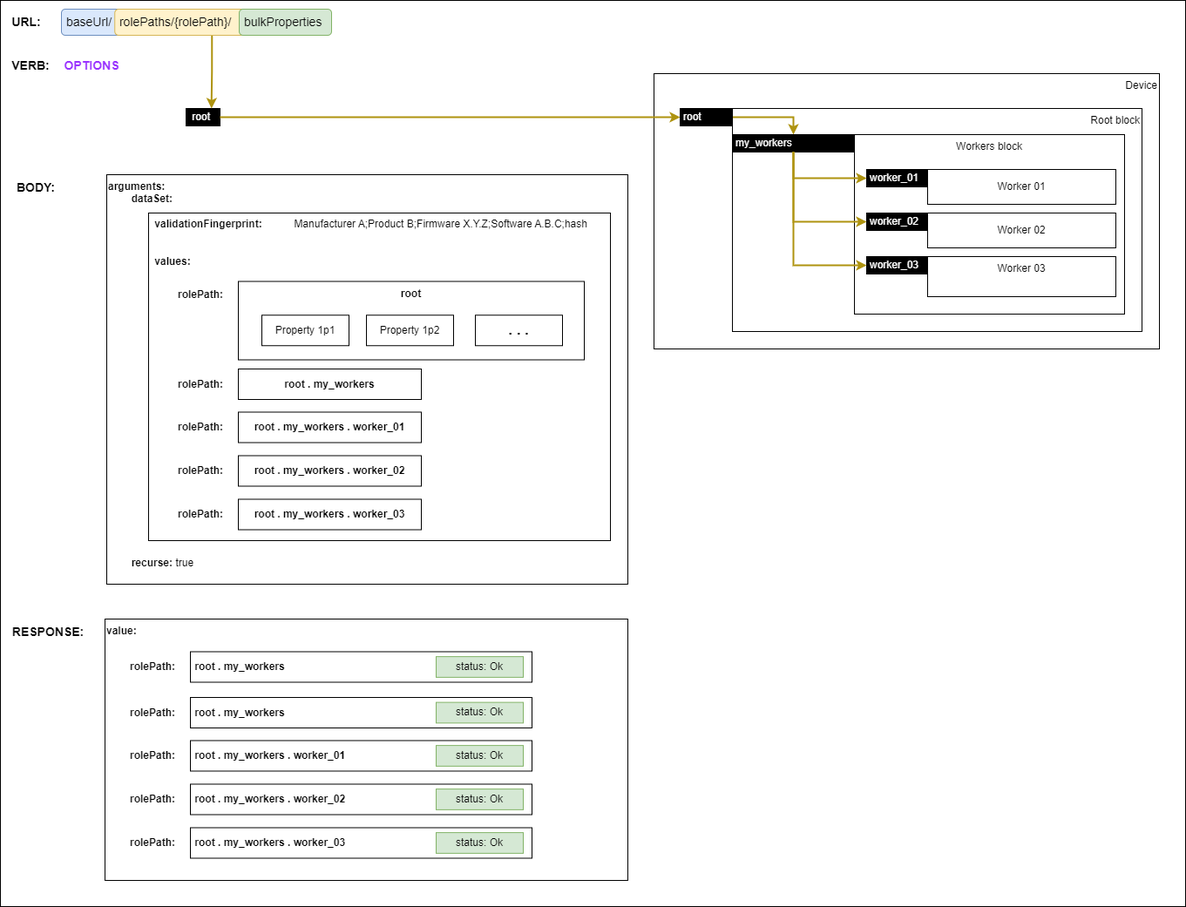
Before: docs/images/validating-full-backup.png, a diagram exported from draw.io (AMWA-TV/is-device-configuration). Source tidied: cells renumbered, new cells last; positions are measured from the earlier drawing's top-left corner, leaving out a move shared by most shapes.
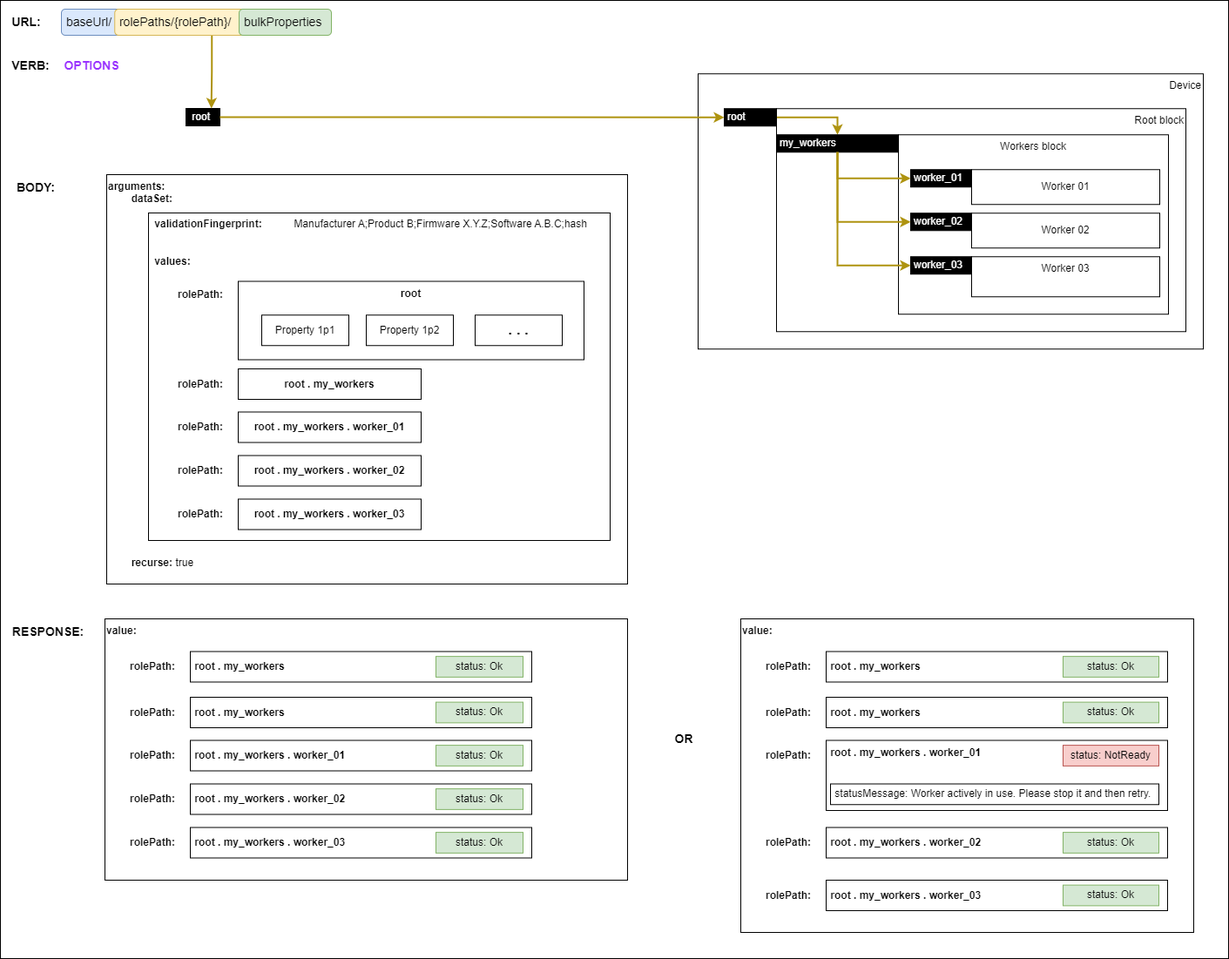
After the change.

Commit message:
Update Backup & Restore

- better response examples in diagrams
- definition for software version

Diff of the diagram source:
```diff
@@ -3,7 +3,7 @@
     <mxCell id="0" />
     <mxCell id="1" parent="0" />
     <mxCell id="2" style="rounded=0;whiteSpace=wrap;html=1;" parent="1" vertex="1">
-      <mxGeometry width="1360" height="1040" as="geometry" />
+      <mxGeometry width="1410" height="1100" as="geometry" />
     </mxCell>
     <mxCell id="3" value="&lt;div&gt;&lt;b&gt;arguments:&lt;/b&gt;&lt;/div&gt;&lt;div&gt;&lt;b&gt;&lt;span style=&quot;white-space: pre;&quot;&gt;&#9;&lt;/span&gt;dataSet:&lt;br&gt;&lt;/b&gt;&lt;/div&gt;&lt;div&gt;&lt;br&gt;&lt;/div&gt;&lt;div&gt;&lt;b&gt;&lt;span style=&quot;white-space: pre;&quot;&gt;&lt;span style=&quot;white-space: pre;&quot;&gt;&#9;&lt;/span&gt;&#9;&lt;/span&gt;validationFingerprint:&lt;/b&gt; &lt;span style=&quot;white-space: pre;&quot;&gt;&#9;&lt;/span&gt;&lt;span style=&quot;white-space: pre;&quot;&gt;&#9;&lt;/span&gt;Manufacturer A;Product B;Firmware X.Y.Z;Software A.B.C;hash&lt;br&gt;&lt;/div&gt;&lt;div&gt;&lt;br&gt;&lt;/div&gt;&lt;div&gt;&lt;br&gt;&lt;/div&gt;&lt;b&gt;&lt;span style=&quot;white-space: pre;&quot;&gt;&#9;&lt;span style=&quot;white-space: pre;&quot;&gt;&#9;&lt;/span&gt;&lt;/span&gt;values:&lt;/b&gt;&lt;div&gt;&lt;b&gt;&lt;br&gt;&lt;/b&gt;&lt;/div&gt;&lt;div&gt;&lt;b&gt;&lt;br&gt;&lt;/b&gt;&lt;/div&gt;&lt;div&gt;&lt;b&gt;&lt;br&gt;&lt;/b&gt;&lt;/div&gt;&lt;div&gt;&lt;b&gt;&lt;br&gt;&lt;/b&gt;&lt;/div&gt;&lt;div&gt;&lt;b&gt;&lt;br&gt;&lt;/b&gt;&lt;/div&gt;&lt;div&gt;&lt;b&gt;&lt;br&gt;&lt;/b&gt;&lt;/div&gt;&lt;div&gt;&lt;b&gt;&lt;br&gt;&lt;/b&gt;&lt;/div&gt;&lt;div&gt;&lt;b&gt;&lt;br&gt;&lt;/b&gt;&lt;/div&gt;&lt;div&gt;&lt;b&gt;&lt;br&gt;&lt;/b&gt;&lt;/div&gt;&lt;div&gt;&lt;b&gt;&lt;br&gt;&lt;/b&gt;&lt;/div&gt;&lt;div&gt;&lt;b&gt;&lt;br&gt;&lt;/b&gt;&lt;/div&gt;&lt;div&gt;&lt;b&gt;&lt;br&gt;&lt;/b&gt;&lt;/div&gt;&lt;div&gt;&lt;b&gt;&lt;br&gt;&lt;/b&gt;&lt;/div&gt;&lt;div&gt;&lt;b&gt;&lt;br&gt;&lt;/b&gt;&lt;/div&gt;&lt;div&gt;&lt;b&gt;&lt;br&gt;&lt;/b&gt;&lt;/div&gt;&lt;div&gt;&lt;b&gt;&lt;br&gt;&lt;/b&gt;&lt;/div&gt;&lt;div&gt;&lt;b&gt;&lt;br&gt;&lt;/b&gt;&lt;/div&gt;&lt;div&gt;&lt;b&gt;&lt;br&gt;&lt;/b&gt;&lt;/div&gt;&lt;div&gt;&lt;b&gt;&lt;br&gt;&lt;/b&gt;&lt;/div&gt;&lt;div&gt;&lt;b&gt;&lt;br&gt;&lt;/b&gt;&lt;/div&gt;&lt;div&gt;&lt;b&gt;&lt;br&gt;&lt;/b&gt;&lt;/div&gt;&lt;div&gt;&lt;b&gt;&lt;br&gt;&lt;/b&gt;&lt;/div&gt;&lt;div&gt;&lt;b&gt;&lt;br&gt;&lt;/b&gt;&lt;/div&gt;&lt;div&gt;&lt;b&gt;&lt;span style=&quot;white-space: pre;&quot;&gt;&#9;&lt;/span&gt;recurse:&lt;/b&gt; true&lt;br&gt;&lt;/div&gt;" style="rounded=0;whiteSpace=wrap;html=1;align=left;verticalAlign=top;" parent="1" vertex="1">
       <mxGeometry x="122" y="200" width="598" height="470" as="geometry" />
@@ -12,37 +12,37 @@
       <mxGeometry x="170" y="244" width="530" height="376" as="geometry" />
     </mxCell>
     <mxCell id="5" value="Device" style="rounded=0;whiteSpace=wrap;html=1;align=right;verticalAlign=top;" parent="1" vertex="1">
-      <mxGeometry x="750" y="84" width="580" height="316" as="geometry" />
+      <mxGeometry x="801" y="84.2" width="580" height="316" as="geometry" />
     </mxCell>
     <mxCell id="6" value="&lt;div&gt;Root block&lt;br&gt;&lt;/div&gt;" style="rounded=0;whiteSpace=wrap;html=1;align=right;verticalAlign=top;" parent="1" vertex="1">
-      <mxGeometry x="840" y="124" width="470" height="256" as="geometry" />
+      <mxGeometry x="891" y="124.2" width="470" height="256" as="geometry" />
     </mxCell>
     <mxCell id="7" value="Workers block" style="rounded=0;whiteSpace=wrap;html=1;verticalAlign=top;" parent="1" vertex="1">
-      <mxGeometry x="980" y="154" width="310" height="206" as="geometry" />
+      <mxGeometry x="1031" y="154.2" width="310" height="206" as="geometry" />
     </mxCell>
     <mxCell id="8" value="Worker 01" style="rounded=0;whiteSpace=wrap;html=1;" parent="1" vertex="1">
-      <mxGeometry x="1064" y="194" width="216" height="40" as="geometry" />
+      <mxGeometry x="1115" y="194.2" width="216" height="40" as="geometry" />
     </mxCell>
     <mxCell id="9" value="Worker 02" style="rounded=0;whiteSpace=wrap;html=1;" parent="1" vertex="1">
-      <mxGeometry x="1064" y="244" width="216" height="40" as="geometry" />
+      <mxGeometry x="1115" y="244.2" width="216" height="40" as="geometry" />
     </mxCell>
     <mxCell id="10" value="Worker 03" style="rounded=0;whiteSpace=wrap;html=1;verticalAlign=top;" parent="1" vertex="1">
-      <mxGeometry x="1064" y="294" width="216" height="46" as="geometry" />
+      <mxGeometry x="1115" y="294.2" width="216" height="46" as="geometry" />
     </mxCell>
     <mxCell id="11" style="edgeStyle=orthogonalEdgeStyle;rounded=0;jettySize=auto;html=1;exitX=1;exitY=0.5;exitDx=0;exitDy=0;fontColor=#000000;strokeColor=#ae930f;strokeWidth=2;" parent="1" edge="1" source="12" target="13">
       <mxGeometry relative="1" as="geometry" />
     </mxCell>
     <mxCell id="12" value="root" style="rounded=0;whiteSpace=wrap;html=1;align=left;fillColor=#000000;fontColor=#FFFFFF;spacingLeft=2;" parent="1" vertex="1">
-      <mxGeometry x="780" y="124" width="60" height="20" as="geometry" />
+      <mxGeometry x="831" y="124.2" width="60" height="20" as="geometry" />
     </mxCell>
     <mxCell id="13" value="my_workers" style="rounded=0;whiteSpace=wrap;html=1;align=left;fillColor=#000000;fontColor=#FFFFFF;spacingLeft=2;" parent="1" vertex="1">
-      <mxGeometry x="840" y="154" width="140" height="20" as="geometry" />
+      <mxGeometry x="891" y="154.2" width="140" height="20" as="geometry" />
     </mxCell>
     <mxCell id="14" value="worker_01" style="rounded=0;whiteSpace=wrap;html=1;align=left;fillColor=#000000;fontColor=#FFFFFF;spacingLeft=2;" parent="1" vertex="1">
-      <mxGeometry x="994" y="194" width="70" height="20" as="geometry" />
+      <mxGeometry x="1045" y="194.2" width="70" height="20" as="geometry" />
     </mxCell>
     <mxCell id="15" value="worker_02" style="rounded=0;whiteSpace=wrap;html=1;align=left;fillColor=#000000;fontColor=#FFFFFF;spacingLeft=2;" parent="1" vertex="1">
-      <mxGeometry x="994" y="244" width="70" height="20" as="geometry" />
+      <mxGeometry x="1045" y="244.2" width="70" height="20" as="geometry" />
     </mxCell>
     <mxCell id="16" value="URL:" style="text;html=1;strokeColor=none;fillColor=none;align=center;verticalAlign=middle;whiteSpace=wrap;rounded=0;fontStyle=1;fontSize=14;" parent="1" vertex="1">
       <mxGeometry x="10" y="10" width="40" height="30" as="geometry" />
@@ -57,7 +57,7 @@
       <mxGeometry x="213" y="124" width="39" height="20" as="geometry" />
     </mxCell>
     <mxCell id="20" value="worker_03" style="rounded=0;whiteSpace=wrap;html=1;align=left;fillColor=#000000;fontColor=#FFFFFF;spacingLeft=2;" parent="1" vertex="1">
-      <mxGeometry x="994" y="294" width="70" height="20" as="geometry" />
+      <mxGeometry x="1045" y="294.2" width="70" height="20" as="geometry" />
     </mxCell>
     <mxCell id="21" style="edgeStyle=orthogonalEdgeStyle;rounded=0;jettySize=auto;html=1;fontColor=#000000;strokeColor=#ae930f;entryX=0.75;entryY=0;entryDx=0;entryDy=0;strokeWidth=2;exitX=0.75;exitY=1;exitDx=0;exitDy=0;" parent="1" edge="1" source="23" target="19">
       <mxGeometry relative="1" as="geometry" />
@@ -176,5 +176,59 @@
     <mxCell id="59" value="status: Ok" style="rounded=0;whiteSpace=wrap;html=1;strokeColor=#82b366;align=center;verticalAlign=middle;fontFamily=Helvetica;fontSize=12;fontColor=default;fillColor=#d5e8d4;" parent="1" vertex="1">
       <mxGeometry x="500" y="955.1" width="100" height="23.8" as="geometry" />
     </mxCell>
+    <mxCell id="60" value="&lt;div&gt;&lt;b style=&quot;background-color: initial;&quot;&gt;value:&lt;/b&gt;&lt;br&gt;&lt;/div&gt;" style="rounded=0;whiteSpace=wrap;html=1;align=left;verticalAlign=top;" parent="1" vertex="1">
+      <mxGeometry x="850" y="710" width="520" height="360" as="geometry" />
+    </mxCell>
+    <mxCell id="61" value="&lt;b&gt;rolePath:&lt;/b&gt;" style="text;html=1;align=center;verticalAlign=middle;whiteSpace=wrap;rounded=0;" parent="1" vertex="1">
+      <mxGeometry x="875" y="750" width="60" height="30" as="geometry" />
+    </mxCell>
+    <mxCell id="62" value="&amp;nbsp;root . my_workers" style="rounded=0;whiteSpace=wrap;html=1;align=left;fontStyle=1;" parent="1" vertex="1">
+      <mxGeometry x="948" y="800" width="392" height="35" as="geometry" />
+    </mxCell>
+    <mxCell id="63" value="&amp;nbsp;root . my_workers . worker_01" style="rounded=0;whiteSpace=wrap;html=1;align=left;fontStyle=1;verticalAlign=top;" parent="1" vertex="1">
+      <mxGeometry x="948" y="849.5" width="392" height="80.5" as="geometry" />
+    </mxCell>
+    <mxCell id="64" value="&amp;nbsp;root . my_workers . worker_02" style="rounded=0;whiteSpace=wrap;html=1;align=left;fontStyle=1;" parent="1" vertex="1">
+      <mxGeometry x="948" y="949.5" width="392" height="35" as="geometry" />
+    </mxCell>
+    <mxCell id="65" value="&amp;nbsp;root . my_workers . worker_03" style="rounded=0;whiteSpace=wrap;html=1;align=left;fontStyle=1;" parent="1" vertex="1">
+      <mxGeometry x="948" y="1010" width="392" height="35" as="geometry" />
+    </mxCell>
+    <mxCell id="66" value="&lt;b&gt;rolePath:&lt;/b&gt;" style="text;html=1;align=center;verticalAlign=middle;whiteSpace=wrap;rounded=0;" parent="1" vertex="1">
+      <mxGeometry x="875" y="802.5" width="60" height="30" as="geometry" />
+    </mxCell>
+    <mxCell id="67" value="&lt;b&gt;rolePath:&lt;/b&gt;" style="text;html=1;align=center;verticalAlign=middle;whiteSpace=wrap;rounded=0;" parent="1" vertex="1">
+      <mxGeometry x="875" y="852" width="60" height="30" as="geometry" />
+    </mxCell>
+    <mxCell id="68" value="&lt;b&gt;rolePath:&lt;/b&gt;" style="text;html=1;align=center;verticalAlign=middle;whiteSpace=wrap;rounded=0;" parent="1" vertex="1">
+      <mxGeometry x="875" y="952" width="60" height="30" as="geometry" />
+    </mxCell>
+    <mxCell id="69" value="&lt;b&gt;rolePath:&lt;/b&gt;" style="text;html=1;align=center;verticalAlign=middle;whiteSpace=wrap;rounded=0;" parent="1" vertex="1">
+      <mxGeometry x="875" y="1012.5" width="60" height="30" as="geometry" />
+    </mxCell>
+    <mxCell id="70" value="&amp;nbsp;root . my_workers" style="rounded=0;whiteSpace=wrap;html=1;align=left;fontStyle=1;" parent="1" vertex="1">
+      <mxGeometry x="948" y="747.5" width="392" height="35" as="geometry" />
+    </mxCell>
+    <mxCell id="71" value="status: Ok" style="rounded=0;whiteSpace=wrap;html=1;fillColor=#d5e8d4;strokeColor=#82b366;" parent="1" vertex="1">
+      <mxGeometry x="1220" y="753.1" width="110" height="23.8" as="geometry" />
+    </mxCell>
+    <mxCell id="72" value="status: Ok" style="rounded=0;whiteSpace=wrap;html=1;strokeColor=#82b366;align=center;verticalAlign=middle;fontFamily=Helvetica;fontSize=12;fontColor=default;fillColor=#d5e8d4;" parent="1" vertex="1">
+      <mxGeometry x="1220" y="805.6" width="110" height="23.8" as="geometry" />
+    </mxCell>
+    <mxCell id="73" value="status: NotReady" style="rounded=0;whiteSpace=wrap;html=1;strokeColor=#b85450;align=center;verticalAlign=middle;fontFamily=Helvetica;fontSize=12;fillColor=#f8cecc;" parent="1" vertex="1">
+      <mxGeometry x="1220" y="855.1" width="110" height="23.8" as="geometry" />
+    </mxCell>
+    <mxCell id="74" value="status: Ok" style="rounded=0;whiteSpace=wrap;html=1;strokeColor=#82b366;align=center;verticalAlign=middle;fontFamily=Helvetica;fontSize=12;fontColor=default;fillColor=#d5e8d4;" parent="1" vertex="1">
+      <mxGeometry x="1220" y="955.1" width="110" height="23.8" as="geometry" />
+    </mxCell>
+    <mxCell id="75" value="status: Ok" style="rounded=0;whiteSpace=wrap;html=1;strokeColor=#82b366;align=center;verticalAlign=middle;fontFamily=Helvetica;fontSize=12;fontColor=default;fillColor=#d5e8d4;" parent="1" vertex="1">
+      <mxGeometry x="1220" y="1015.6" width="110" height="23.8" as="geometry" />
+    </mxCell>
+    <mxCell id="76" value="OR" style="text;html=1;strokeColor=none;fillColor=none;align=center;verticalAlign=middle;whiteSpace=wrap;rounded=0;fontStyle=1;fontSize=14;" parent="1" vertex="1">
+      <mxGeometry x="740" y="832.5" width="90" height="30" as="geometry" />
+    </mxCell>
+    <mxCell id="77" value="&amp;nbsp;statusMessage: Worker actively in use. Please stop it and then retry." style="rounded=0;whiteSpace=wrap;html=1;align=left;verticalAlign=middle;fontFamily=Helvetica;fontSize=12;" parent="1" vertex="1">
+      <mxGeometry x="953" y="899.5" width="377" height="23.8" as="geometry" />
+    </mxCell>
   </root>
 </mxGraphModel>
```
